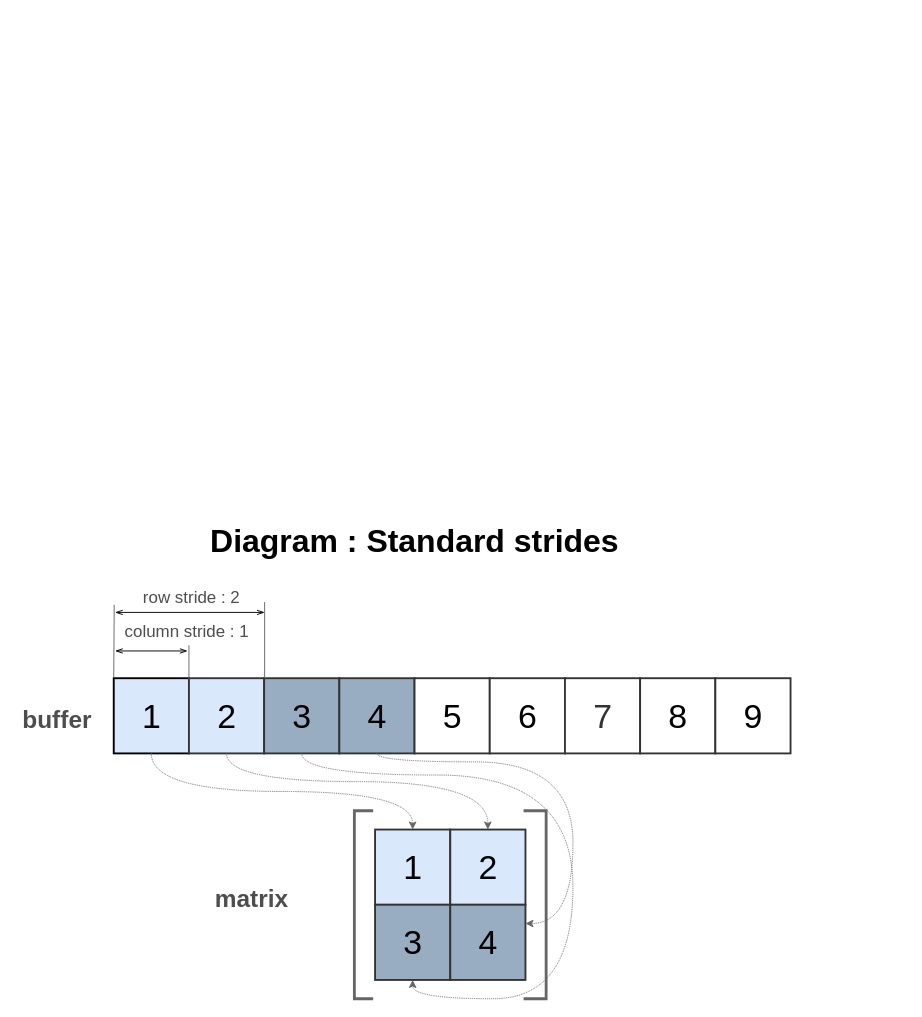
Wandalen/wMathMatrix keeps this draw.io diagram as page "StandardStrides, Transposing : 0" (4 of 9) of doc/img/Matrix.drawio. Above is the earlier version. Source tidied: cells renumbered, new cells numbered last; positions are measured from the earlier drawing's top-left corner, leaving out a move shared by most shapes. Both pictures are drawn from the tidied source at 94%, with x=0, y=0 at pixel (16, 519).
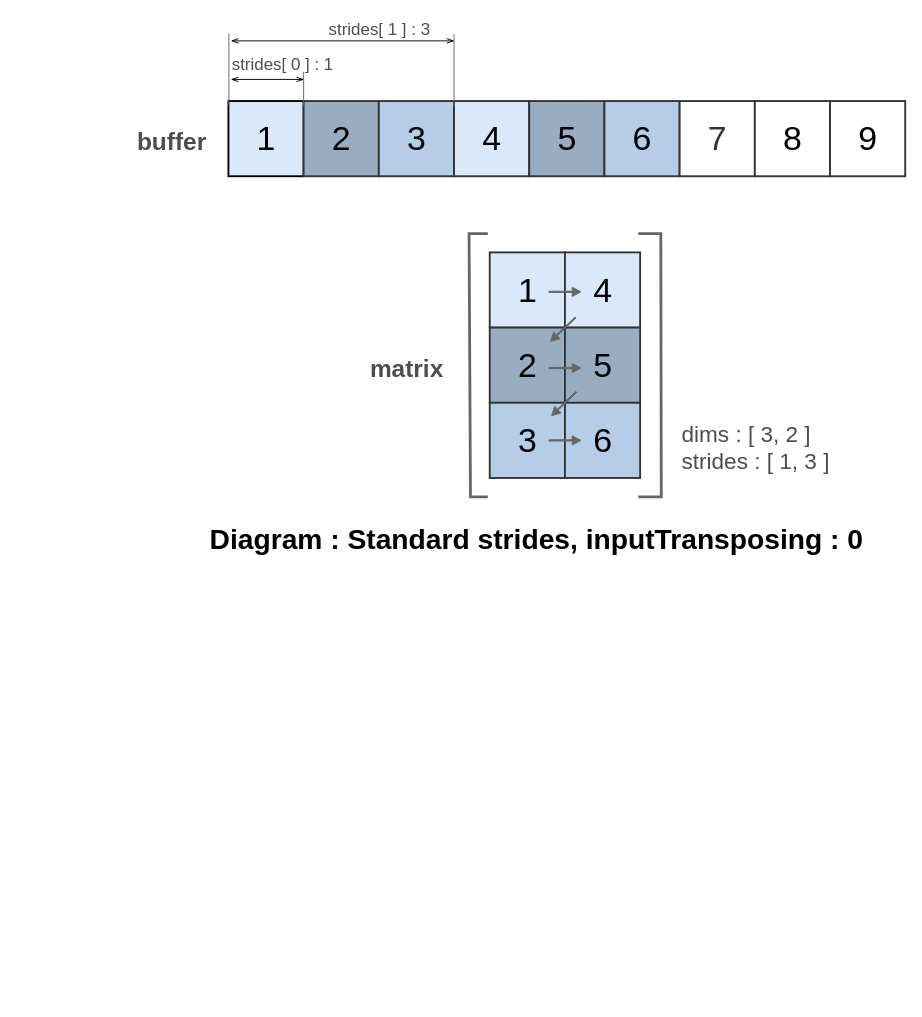
Above is the later version.

What changed in the source:
```diff
@@
-    <mxCell id="2" value="Diagram : Standard strides&amp;nbsp;" style="text;html=1;align=center;verticalAlign=middle;fontSize=34;fontColor=#000000;fontStyle=1;" parent="1" vertex="1">
-      <mxGeometry x="201" width="453" height="46" as="geometry" />
+    <mxCell id="2" value="Diagram : Standard strides, inputTransposing : 0" style="text;html=1;align=center;verticalAlign=middle;fontSize=30;fontColor=#000000;fontStyle=1;" parent="1" vertex="1">
+      <mxGeometry x="201" width="703" height="41" as="geometry" />
     </mxCell>
-    <mxCell id="3" style="group;" parent="1" vertex="1">
-      <mxGeometry y="70" width="823.5" height="440" as="geometry" />
-    </mxCell>
+    <mxCell id="32" style="group;" parent="1" vertex="1">
+      <mxGeometry x="122" y="-535" width="823.5" height="511" as="geometry" />
+    </mxCell>
+    <mxCell id="33" style="group;" parent="32" vertex="1">
+      <mxGeometry y="30" width="823.5" height="481" as="geometry" />
+    </mxCell>
-    <mxCell id="4" value="1" style="whiteSpace=wrap;html=1;strokeWidth=2;fontSize=36;strokeColor=#000000;fillColor=#DAE8FC;" parent="3" vertex="1">
-      <mxGeometry x="103.5" y="99" width="80" height="80" as="geometry" />
+    <mxCell id="4" value="1" style="whiteSpace=wrap;html=1;strokeWidth=2;fontSize=36;strokeColor=#000000;fillColor=#DAE8FC;" parent="33" vertex="1">
+      <mxGeometry x="103.5" y="60" width="80" height="80" as="geometry" />
     </mxCell>
-    <mxCell id="5" value="2" style="whiteSpace=wrap;html=1;strokeWidth=2;fontSize=36;fillColor=#DAE8FC;strokeColor=#333333;" parent="3" vertex="1">
-      <mxGeometry x="183.5" y="99" width="80" height="80" as="geometry" />
+    <mxCell id="5" value="2" style="whiteSpace=wrap;html=1;strokeWidth=2;fontSize=36;fillColor=#99ADC2;strokeColor=#333333;" parent="33" vertex="1">
+      <mxGeometry x="183.5" y="60" width="80" height="80" as="geometry" />
     </mxCell>
-    <mxCell id="6" style="edgeStyle=orthogonalEdgeStyle;rounded=0;jettySize=auto;html=1;exitX=0.5;exitY=1;exitDx=0;exitDy=0;entryX=0.5;entryY=0;entryDx=0;entryDy=0;strokeColor=#666666;curved=1;dashed=1;dashPattern=1 1;" parent="3" edge="1" source="5" target="19">
-      <mxGeometry relative="1" as="geometry">
-        <Array as="points">
-          <mxPoint x="224" y="209" />
-          <mxPoint x="502" y="209" />
-        </Array>
-      </mxGeometry>
-    </mxCell>
-    <mxCell id="7" value="3" style="whiteSpace=wrap;html=1;strokeWidth=2;fontSize=36;strokeColor=#333333;fillColor=#99ADC2;" parent="3" vertex="1">
-      <mxGeometry x="263.5" y="99" width="80" height="80" as="geometry" />
+    <mxCell id="7" value="3" style="whiteSpace=wrap;html=1;strokeWidth=2;fontSize=36;strokeColor=#333333;fillColor=#B5CDE6;" parent="33" vertex="1">
+      <mxGeometry x="263.5" y="60" width="80" height="80" as="geometry" />
     </mxCell>
-    <mxCell id="8" value="4" style="whiteSpace=wrap;html=1;strokeWidth=2;fontSize=36;fillColor=#99ADC2;strokeColor=#333333;" parent="3" vertex="1">
-      <mxGeometry x="343.5" y="99" width="80" height="80" as="geometry" />
+    <mxCell id="8" value="4" style="whiteSpace=wrap;html=1;strokeWidth=2;fontSize=36;fillColor=#DAE8FC;strokeColor=#333333;" parent="33" vertex="1">
+      <mxGeometry x="343.5" y="60" width="80" height="80" as="geometry" />
     </mxCell>
-    <mxCell id="9" value="5" style="whiteSpace=wrap;html=1;strokeWidth=2;fontSize=36;strokeColor=#333333;fillColor=#FFFFFF;gradientColor=none;" parent="3" vertex="1">
-      <mxGeometry x="423.5" y="99" width="80" height="80" as="geometry" />
+    <mxCell id="9" value="5" style="whiteSpace=wrap;html=1;strokeWidth=2;fontSize=36;strokeColor=#333333;fillColor=#99ADC2;gradientColor=none;" parent="33" vertex="1">
+      <mxGeometry x="423.5" y="60" width="80" height="80" as="geometry" />
     </mxCell>
-    <mxCell id="10" value="6" style="whiteSpace=wrap;html=1;strokeWidth=2;fontSize=36;fillColor=#FFFFFF;strokeColor=#333333;" parent="3" vertex="1">
-      <mxGeometry x="503.5" y="99" width="80" height="80" as="geometry" />
+    <mxCell id="10" value="6" style="whiteSpace=wrap;html=1;strokeWidth=2;fontSize=36;fillColor=#B5CDE6;strokeColor=#333333;" parent="33" vertex="1">
+      <mxGeometry x="503.5" y="60" width="80" height="80" as="geometry" />
     </mxCell>
-    <mxCell id="11" value="7" style="whiteSpace=wrap;html=1;strokeWidth=2;fontSize=36;strokeColor=#333333;fillColor=#FFFFFF;fontColor=#333333;" parent="3" vertex="1">
-      <mxGeometry x="583.5" y="99" width="80" height="80" as="geometry" />
+    <mxCell id="11" value="7" style="whiteSpace=wrap;html=1;strokeWidth=2;fontSize=36;strokeColor=#333333;fillColor=#FFFFFF;fontColor=#333333;" parent="33" vertex="1">
+      <mxGeometry x="583.5" y="60" width="80" height="80" as="geometry" />
     </mxCell>
-    <mxCell id="12" value="buffer" style="text;html=1;align=center;verticalAlign=middle;fontSize=26;fontColor=#4D4D4D;fontStyle=1;" parent="3" vertex="1">
-      <mxGeometry y="125" width="85" height="36" as="geometry" />
+    <mxCell id="12" value="buffer" style="text;html=1;align=center;verticalAlign=middle;fontSize=26;fontColor=#4D4D4D;fontStyle=1;" parent="33" vertex="1">
+      <mxGeometry y="86" width="85" height="36" as="geometry" />
     </mxCell>
-    <mxCell id="13" value="column&amp;nbsp;stride : 1" style="text;html=1;align=center;verticalAlign=middle;fontSize=18;fontColor=#4D4D4D;" parent="3" vertex="1">
-      <mxGeometry x="109" y="36" width="143" height="27" as="geometry" />
-    </mxCell>
-    <mxCell id="14" value="8" style="whiteSpace=wrap;html=1;strokeWidth=2;fontSize=36;strokeColor=#333333;" parent="3" vertex="1">
-      <mxGeometry x="663.5" y="99" width="80" height="80" as="geometry" />
+    <mxCell id="14" value="8" style="whiteSpace=wrap;html=1;strokeWidth=2;fontSize=36;strokeColor=#333333;" parent="33" vertex="1">
+      <mxGeometry x="663.5" y="60" width="80" height="80" as="geometry" />
     </mxCell>
-    <mxCell id="15" value="9" style="whiteSpace=wrap;html=1;strokeWidth=2;fontSize=36;strokeColor=#333333;" parent="3" vertex="1">
-      <mxGeometry x="743.5" y="99" width="80" height="80" as="geometry" />
+    <mxCell id="15" value="9" style="whiteSpace=wrap;html=1;strokeWidth=2;fontSize=36;strokeColor=#333333;" parent="33" vertex="1">
+      <mxGeometry x="743.5" y="60" width="80" height="80" as="geometry" />
     </mxCell>
-    <mxCell id="16" value="row stride : 2" style="text;html=1;align=center;verticalAlign=middle;fontSize=18;fontColor=#4D4D4D;" parent="3" vertex="1">
-      <mxGeometry x="129" width="114" height="27" as="geometry" />
-    </mxCell>
-    <mxCell id="17" value="matrix" style="text;html=1;align=center;verticalAlign=middle;fontSize=26;fontColor=#4D4D4D;fontStyle=1;" parent="3" vertex="1">
-      <mxGeometry x="206" y="316" width="88" height="36" as="geometry" />
+    <mxCell id="17" value="matrix" style="text;html=1;align=center;verticalAlign=middle;fontSize=26;fontColor=#4D4D4D;fontStyle=1;" parent="33" vertex="1">
+      <mxGeometry x="249" y="327" width="88" height="36" as="geometry" />
     </mxCell>
-    <mxCell id="18" value="1" style="whiteSpace=wrap;html=1;strokeWidth=2;fontSize=36;strokeColor=#333333;fillColor=#DAE8FC;" parent="3" vertex="1">
-      <mxGeometry x="381.5" y="260" width="80" height="80" as="geometry" />
+    <mxCell id="18" value="1" style="whiteSpace=wrap;html=1;strokeWidth=2;fontSize=36;strokeColor=#333333;fillColor=#DAE8FC;" parent="33" vertex="1">
+      <mxGeometry x="381.5" y="221" width="80" height="80" as="geometry" />
     </mxCell>
-    <mxCell id="19" value="2" style="whiteSpace=wrap;html=1;strokeWidth=2;fontSize=36;strokeColor=#333333;fillColor=#DAE8FC;" parent="3" vertex="1">
-      <mxGeometry x="461.5" y="260" width="80" height="80" as="geometry" />
+    <mxCell id="19" value="4" style="whiteSpace=wrap;html=1;strokeWidth=2;fontSize=36;strokeColor=#333333;fillColor=#DAE8FC;" parent="33" vertex="1">
+      <mxGeometry x="461.5" y="221" width="80" height="80" as="geometry" />
     </mxCell>
-    <mxCell id="20" value="3" style="whiteSpace=wrap;html=1;strokeWidth=2;fontSize=36;strokeColor=#333333;fillColor=#99ADC2;gradientColor=none;fontColor=#000000;" parent="3" vertex="1">
-      <mxGeometry x="381.5" y="340" width="80" height="80" as="geometry" />
+    <mxCell id="20" value="2" style="whiteSpace=wrap;html=1;strokeWidth=2;fontSize=36;strokeColor=#333333;fillColor=#99ADC2;gradientColor=none;fontColor=#000000;" parent="33" vertex="1">
+      <mxGeometry x="381.5" y="301" width="80" height="80" as="geometry" />
     </mxCell>
-    <mxCell id="21" value="4" style="whiteSpace=wrap;html=1;strokeWidth=2;fontSize=36;strokeColor=#333333;fillColor=#99ADC2;fontColor=#000000;" parent="3" vertex="1">
-      <mxGeometry x="461.5" y="340" width="80" height="80" as="geometry" />
+    <mxCell id="21" value="5" style="whiteSpace=wrap;html=1;strokeWidth=2;fontSize=36;strokeColor=#333333;fillColor=#99ADC2;fontColor=#000000;" parent="33" vertex="1">
+      <mxGeometry x="461.5" y="301" width="80" height="80" as="geometry" />
     </mxCell>
-    <mxCell id="22" style="endArrow=none;html=1;fontSize=40;strokeWidth=3;rounded=0;strokeColor=#666666;" parent="3" edge="1">
+    <mxCell id="22" style="endArrow=none;html=1;fontSize=40;strokeWidth=3;rounded=0;strokeColor=#666666;" parent="33" edge="1">
       <mxGeometry relative="1" as="geometry">
-        <mxPoint x="379.5" y="440" as="sourcePoint" />
-        <mxPoint x="379.5" y="240" as="targetPoint" />
+        <mxPoint x="379.5" y="481" as="sourcePoint" />
+        <mxPoint x="379.5" y="201" as="targetPoint" />
         <Array as="points">
-          <mxPoint x="359.5" y="440" />
-          <mxPoint x="359.5" y="240" />
+          <mxPoint x="361" y="481" />
+          <mxPoint x="359.5" y="201" />
         </Array>
       </mxGeometry>
     </mxCell>
-    <mxCell id="23" style="endArrow=none;html=1;fontSize=40;strokeWidth=3;rounded=0;strokeColor=#666666;" parent="3" edge="1">
+    <mxCell id="23" style="endArrow=none;html=1;fontSize=40;strokeWidth=3;rounded=0;strokeColor=#666666;" parent="33" edge="1">
       <mxGeometry relative="1" as="geometry">
-        <mxPoint x="539.5" y="240" as="sourcePoint" />
-        <mxPoint x="539.5" y="440" as="targetPoint" />
+        <mxPoint x="539.5" y="201" as="sourcePoint" />
+        <mxPoint x="539.5" y="481" as="targetPoint" />
         <Array as="points">
-          <mxPoint x="563.5" y="240" />
-          <mxPoint x="563.5" y="440" />
+          <mxPoint x="563.5" y="201" />
+          <mxPoint x="564" y="481" />
         </Array>
       </mxGeometry>
     </mxCell>
-    <mxCell id="24" style="endArrow=none;html=1;strokeColor=#666666;strokeWidth=1;fontSize=26;fontColor=#333333;exitX=0;exitY=0;exitDx=0;exitDy=0;" parent="3" edge="1">
-      <mxGeometry relative="1" as="geometry">
-        <mxPoint x="103.5" y="98" as="sourcePoint" />
-        <mxPoint x="104" y="21" as="targetPoint" />
-      </mxGeometry>
-    </mxCell>
-    <mxCell id="25" style="endArrow=openThin;startArrow=openThin;html=1;strokeColor=#000000;strokeWidth=1;fontSize=26;fontColor=#333333;startFill=0;endFill=0;" parent="3" edge="1">
-      <mxGeometry relative="1" as="geometry">
-        <mxPoint x="105" y="70" as="sourcePoint" />
-        <mxPoint x="182" y="70" as="targetPoint" />
-      </mxGeometry>
-    </mxCell>
-    <mxCell id="26" style="endArrow=openThin;startArrow=openThin;html=1;strokeColor=#000000;strokeWidth=1;fontSize=26;fontColor=#333333;startFill=0;endFill=0;" parent="3" edge="1">
-      <mxGeometry relative="1" as="geometry">
-        <mxPoint x="105" y="29" as="sourcePoint" />
-        <mxPoint x="264" y="29" as="targetPoint" />
-      </mxGeometry>
-    </mxCell>
-    <mxCell id="27" style="edgeStyle=orthogonalEdgeStyle;rounded=0;jettySize=auto;html=1;exitX=0.5;exitY=1;exitDx=0;exitDy=0;entryX=0.5;entryY=0;entryDx=0;entryDy=0;strokeColor=#666666;curved=1;dashed=1;dashPattern=1 1;" parent="3" edge="1" source="4" target="18">
-      <mxGeometry relative="1" as="geometry" />
-    </mxCell>
-    <mxCell id="28" style="edgeStyle=orthogonalEdgeStyle;rounded=0;jettySize=auto;html=1;exitX=0.5;exitY=1;exitDx=0;exitDy=0;strokeColor=#666666;curved=1;dashed=1;dashPattern=1 1;entryX=1;entryY=0.25;entryDx=0;entryDy=0;" parent="3" edge="1" source="8" target="21">
-      <mxGeometry relative="1" as="geometry">
-        <Array as="points">
-          <mxPoint x="384" y="188" />
-          <mxPoint x="592" y="188" />
-          <mxPoint x="592" y="360" />
-        </Array>
-      </mxGeometry>
-    </mxCell>
-    <mxCell id="29" style="edgeStyle=orthogonalEdgeStyle;rounded=0;jettySize=auto;html=1;entryX=0.5;entryY=1;entryDx=0;entryDy=0;strokeColor=#666666;curved=1;dashed=1;dashPattern=1 1;exitX=0.5;exitY=1;exitDx=0;exitDy=0;" parent="3" edge="1" source="7" target="20">
-      <mxGeometry relative="1" as="geometry">
-        <Array as="points">
-          <mxPoint x="304" y="202" />
-          <mxPoint x="592" y="202" />
-          <mxPoint x="592" y="440" />
-          <mxPoint x="422" y="440" />
-        </Array>
-      </mxGeometry>
-    </mxCell>
-    <mxCell id="30" style="endArrow=none;html=1;strokeColor=#666666;strokeWidth=1;fontSize=26;fontColor=#333333;exitX=0;exitY=0;exitDx=0;exitDy=0;" parent="3" edge="1">
-      <mxGeometry relative="1" as="geometry">
-        <mxPoint x="183.5" y="100" as="sourcePoint" />
-        <mxPoint x="183.5" y="64" as="targetPoint" />
-      </mxGeometry>
-    </mxCell>
-    <mxCell id="31" style="endArrow=none;html=1;strokeColor=#666666;strokeWidth=1;fontSize=26;fontColor=#333333;exitX=0;exitY=0;exitDx=0;exitDy=0;" parent="3" edge="1">
-      <mxGeometry relative="1" as="geometry">
-        <mxPoint x="264" y="99" as="sourcePoint" />
-        <mxPoint x="264" y="18" as="targetPoint" />
-      </mxGeometry>
-    </mxCell>
+    <mxCell id="34" value="3" style="whiteSpace=wrap;html=1;strokeWidth=2;fontSize=36;strokeColor=#333333;fillColor=#B5CDE6;gradientColor=none;fontColor=#000000;" parent="33" vertex="1">
+      <mxGeometry x="381.5" y="381" width="80" height="80" as="geometry" />
+    </mxCell>
+    <mxCell id="35" value="6" style="whiteSpace=wrap;html=1;strokeWidth=2;fontSize=36;strokeColor=#333333;fillColor=#B5CDE6;fontColor=#000000;" parent="33" vertex="1">
+      <mxGeometry x="461.5" y="381" width="80" height="80" as="geometry" />
+    </mxCell>
+    <mxCell id="36" style="shape=flexArrow;endArrow=classic;html=1;width=1.3548387096774193;endSize=2.7529032258064516;endWidth=7.460978147762747;fillColor=#666666;strokeColor=#666666;" parent="33" edge="1">
+      <mxGeometry relative="1" as="geometry">
+        <mxPoint x="444" y="344" as="sourcePoint" />
+        <mxPoint x="479" y="344" as="targetPoint" />
+      </mxGeometry>
+    </mxCell>
+    <mxCell id="37" style="shape=flexArrow;endArrow=classic;html=1;width=1.3548387096774193;endSize=2.7529032258064516;endWidth=7.460978147762747;fillColor=#666666;strokeColor=#666666;" parent="33" edge="1">
+      <mxGeometry relative="1" as="geometry">
+        <mxPoint x="444" y="263" as="sourcePoint" />
+        <mxPoint x="479" y="263" as="targetPoint" />
+      </mxGeometry>
+    </mxCell>
+    <mxCell id="38" style="shape=flexArrow;endArrow=classic;html=1;width=1.3548387096774193;endSize=2.7529032258064516;endWidth=7.460978147762747;fillColor=#666666;strokeColor=#666666;" parent="33" edge="1">
+      <mxGeometry relative="1" as="geometry">
+        <mxPoint x="444" y="421" as="sourcePoint" />
+        <mxPoint x="479" y="421" as="targetPoint" />
+      </mxGeometry>
+    </mxCell>
+    <mxCell id="39" style="shape=flexArrow;endArrow=classic;html=1;width=1.3548387096774193;endSize=2.7529032258064516;endWidth=7.460978147762747;fillColor=#666666;strokeColor=#666666;" parent="33" edge="1">
+      <mxGeometry relative="1" as="geometry">
+        <mxPoint x="473" y="290" as="sourcePoint" />
+        <mxPoint x="446" y="316" as="targetPoint" />
+      </mxGeometry>
+    </mxCell>
+    <mxCell id="40" style="shape=flexArrow;endArrow=classic;html=1;width=1.3548387096774193;endSize=2.7529032258064516;endWidth=7.460978147762747;fillColor=#666666;strokeColor=#666666;" parent="33" edge="1">
+      <mxGeometry relative="1" as="geometry">
+        <mxPoint x="474" y="369" as="sourcePoint" />
+        <mxPoint x="447" y="395" as="targetPoint" />
+      </mxGeometry>
+    </mxCell>
+    <mxCell id="41" value="dims : [ 3, 2 ]&lt;br style=&quot;font-size: 24px&quot;&gt;&lt;div style=&quot;font-size: 24px&quot;&gt;&lt;span style=&quot;font-size: 24px&quot;&gt;strides : [ 1, 3 ]&lt;/span&gt;&lt;/div&gt;" style="text;html=1;align=left;verticalAlign=middle;fontSize=24;fontColor=#4d4d4d;" parent="33" vertex="1">
+      <mxGeometry x="584" y="398" width="168" height="62" as="geometry" />
+    </mxCell>
+    <mxCell id="42" value="strides[ 0 ] : 1" style="text;html=1;align=center;verticalAlign=middle;fontSize=18;fontColor=#4D4D4D;" parent="33" vertex="1">
+      <mxGeometry x="101" y="7" width="119" height="27" as="geometry" />
+    </mxCell>
+    <mxCell id="43" style="endArrow=none;html=1;strokeColor=#666666;strokeWidth=1;fontSize=26;fontColor=#333333;exitX=0;exitY=0;exitDx=0;exitDy=0;" parent="33" edge="1">
+      <mxGeometry relative="1" as="geometry">
+        <mxPoint x="183.5" y="65" as="sourcePoint" />
+        <mxPoint x="183.5" y="29" as="targetPoint" />
+      </mxGeometry>
+    </mxCell>
+    <mxCell id="44" style="endArrow=none;html=1;strokeColor=#666666;strokeWidth=1;fontSize=26;fontColor=#333333;exitX=0;exitY=0;exitDx=0;exitDy=0;" parent="33" edge="1">
+      <mxGeometry relative="1" as="geometry">
+        <mxPoint x="343.5" y="66" as="sourcePoint" />
+        <mxPoint x="343.5" y="-11" as="targetPoint" />
+      </mxGeometry>
+    </mxCell>
+    <mxCell id="45" value="strides[ 1 ] : 3" style="text;html=1;align=center;verticalAlign=middle;fontSize=18;fontColor=#4D4D4D;" parent="32" vertex="1">
+      <mxGeometry x="203" width="122" height="27" as="geometry" />
+    </mxCell>
+    <mxCell id="46" style="endArrow=none;html=1;strokeColor=#666666;strokeWidth=1;fontSize=26;fontColor=#333333;exitX=0;exitY=0;exitDx=0;exitDy=0;" parent="32" edge="1">
+      <mxGeometry relative="1" as="geometry">
+        <mxPoint x="104" y="95" as="sourcePoint" />
+        <mxPoint x="104" y="18" as="targetPoint" />
+      </mxGeometry>
+    </mxCell>
+    <mxCell id="47" style="endArrow=openThin;startArrow=openThin;html=1;strokeColor=#000000;strokeWidth=1;fontSize=26;fontColor=#333333;startFill=0;endFill=0;" parent="32" edge="1">
+      <mxGeometry relative="1" as="geometry">
+        <mxPoint x="106" y="67" as="sourcePoint" />
+        <mxPoint x="184" y="67" as="targetPoint" />
+      </mxGeometry>
+    </mxCell>
+    <mxCell id="48" style="endArrow=openThin;startArrow=openThin;html=1;strokeColor=#000000;strokeWidth=1;fontSize=26;fontColor=#333333;startFill=0;endFill=0;" parent="32" edge="1">
+      <mxGeometry relative="1" as="geometry">
+        <mxPoint x="106" y="26" as="sourcePoint" />
+        <mxPoint x="344" y="26" as="targetPoint" />
+      </mxGeometry>
+    </mxCell>
```
